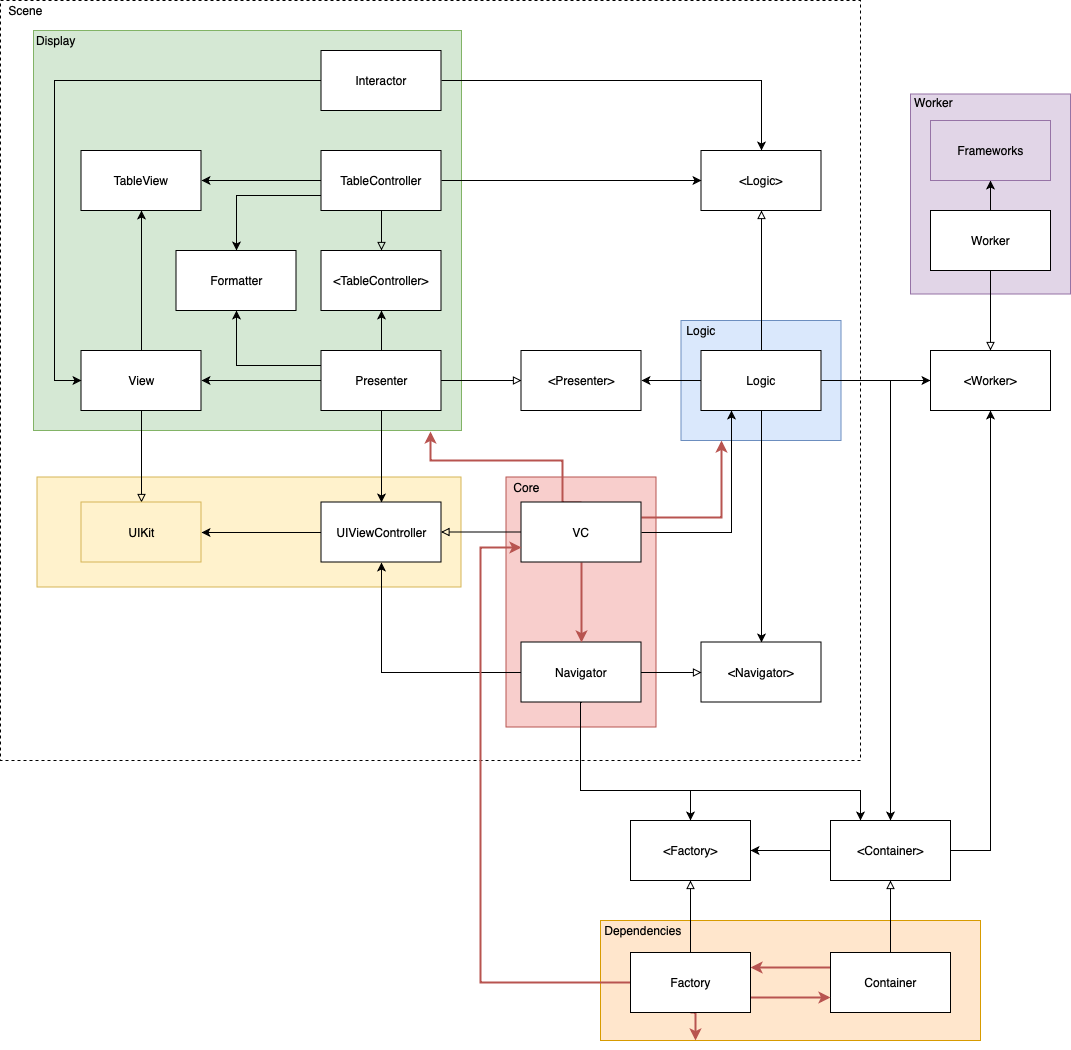
Above: DemoApp/Documentation/DependencyGraph/DependencyGraph-Details.png in indieSoftware/DemoArchitecture (draw.io), before the change. Source tidied: cells renumbered, new cells last; positions are measured from the earlier drawing's top-left corner, leaving out a move shared by most shapes.
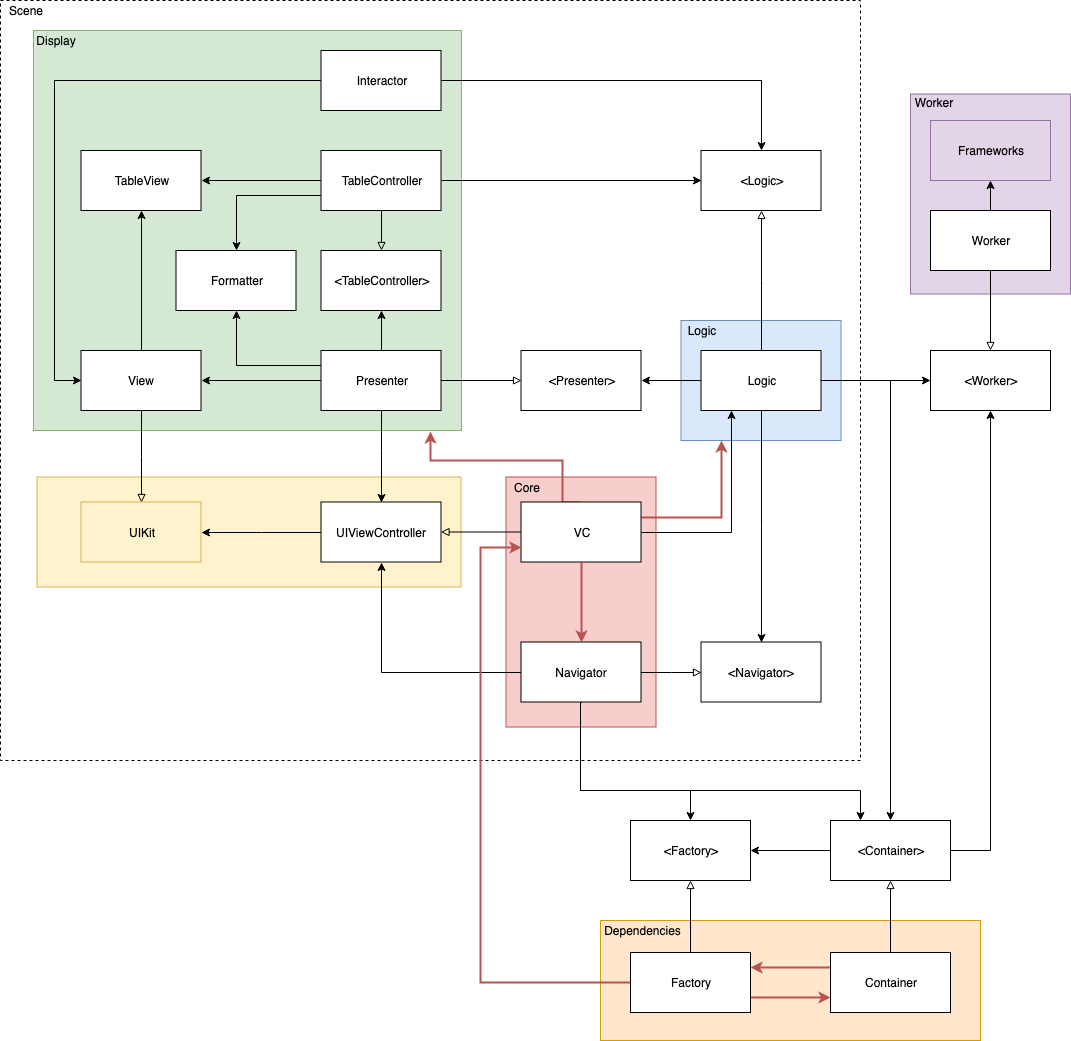
The same diagram one commit later.

Diff of the diagram source:
```diff
@@ -266,14 +266,6 @@
     <mxCell id="70" style="edgeStyle=orthogonalEdgeStyle;rounded=0;jettySize=auto;html=1;exitX=0.5;exitY=0;exitDx=0;exitDy=0;entryX=0.5;entryY=1;entryDx=0;entryDy=0;strokeColor=#000000;strokeWidth=1;endArrow=block;endFill=0;" parent="1" edge="1" source="72" target="74">
       <mxGeometry relative="1" as="geometry" />
     </mxCell>
-    <mxCell id="71" style="edgeStyle=orthogonalEdgeStyle;rounded=0;jettySize=auto;html=1;exitX=0.5;exitY=1;exitDx=0;exitDy=0;endArrow=classic;endFill=1;strokeColor=#B85450;strokeWidth=2;entryX=0.25;entryY=1;entryDx=0;entryDy=0;" parent="1" edge="1" source="72">
-      <mxGeometry relative="1" as="geometry">
-        <mxPoint x="694.7" y="1039.9" as="targetPoint" />
-        <Array as="points">
-          <mxPoint x="695" y="1012" />
-        </Array>
-      </mxGeometry>
-    </mxCell>
     <mxCell id="72" value="Factory" style="rounded=0;whiteSpace=wrap;html=1;fillColor=#ffffff;" parent="1" vertex="1">
       <mxGeometry x="630" y="952" width="120" height="60" as="geometry" />
     </mxCell>
```
